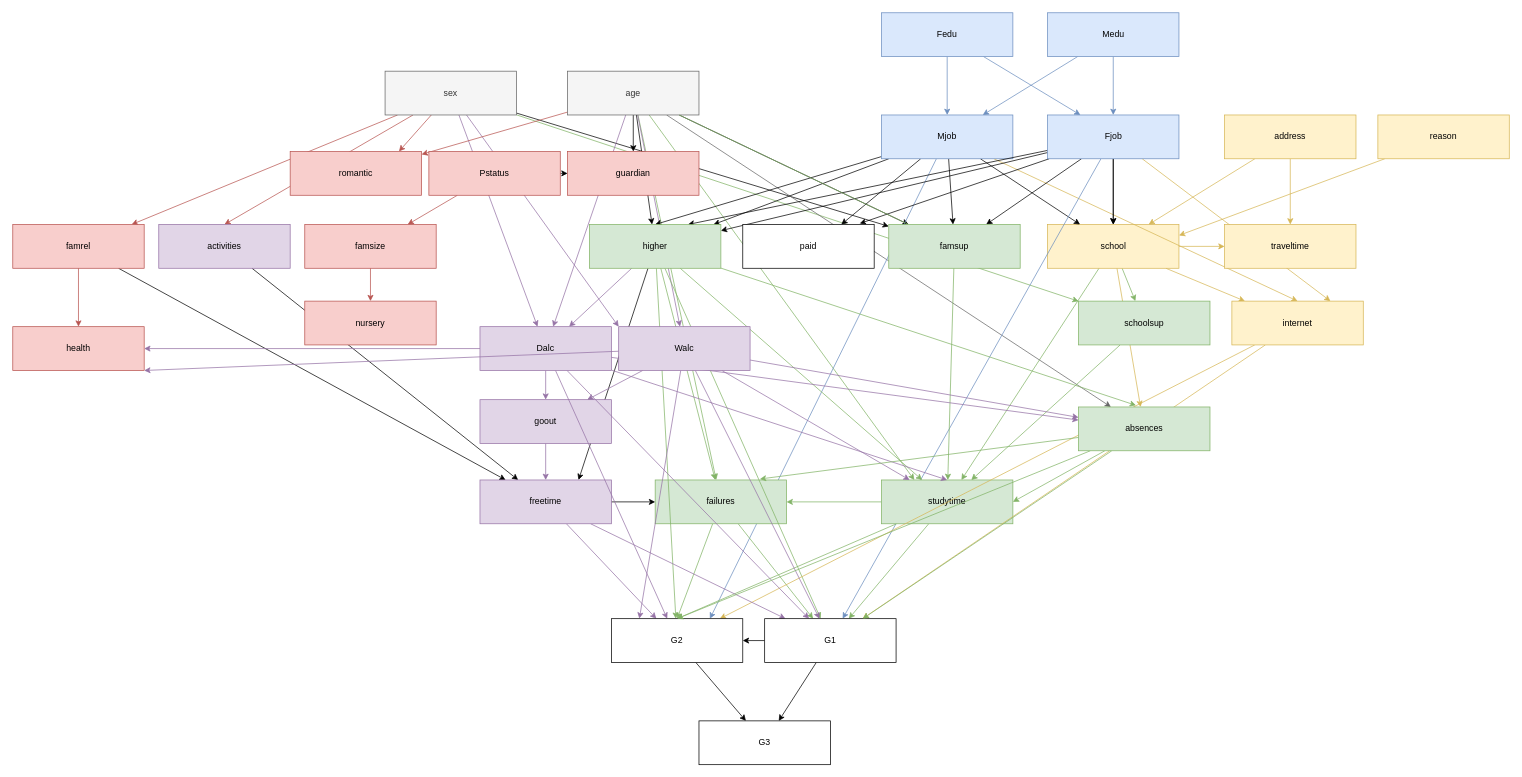
The draw.io diagram page "Page-2" (2 of 3) of doc/graph.drawio in Super-T02/ki-bayesian-networks, before the edit. Source tidied: cells renumbered, new cells numbered last; positions are measured from the earlier drawing's top-left corner, leaving out a move shared by most shapes. Both pictures are drawn from the tidied source at 73%, with x=0, y=0 at pixel (12, 12).
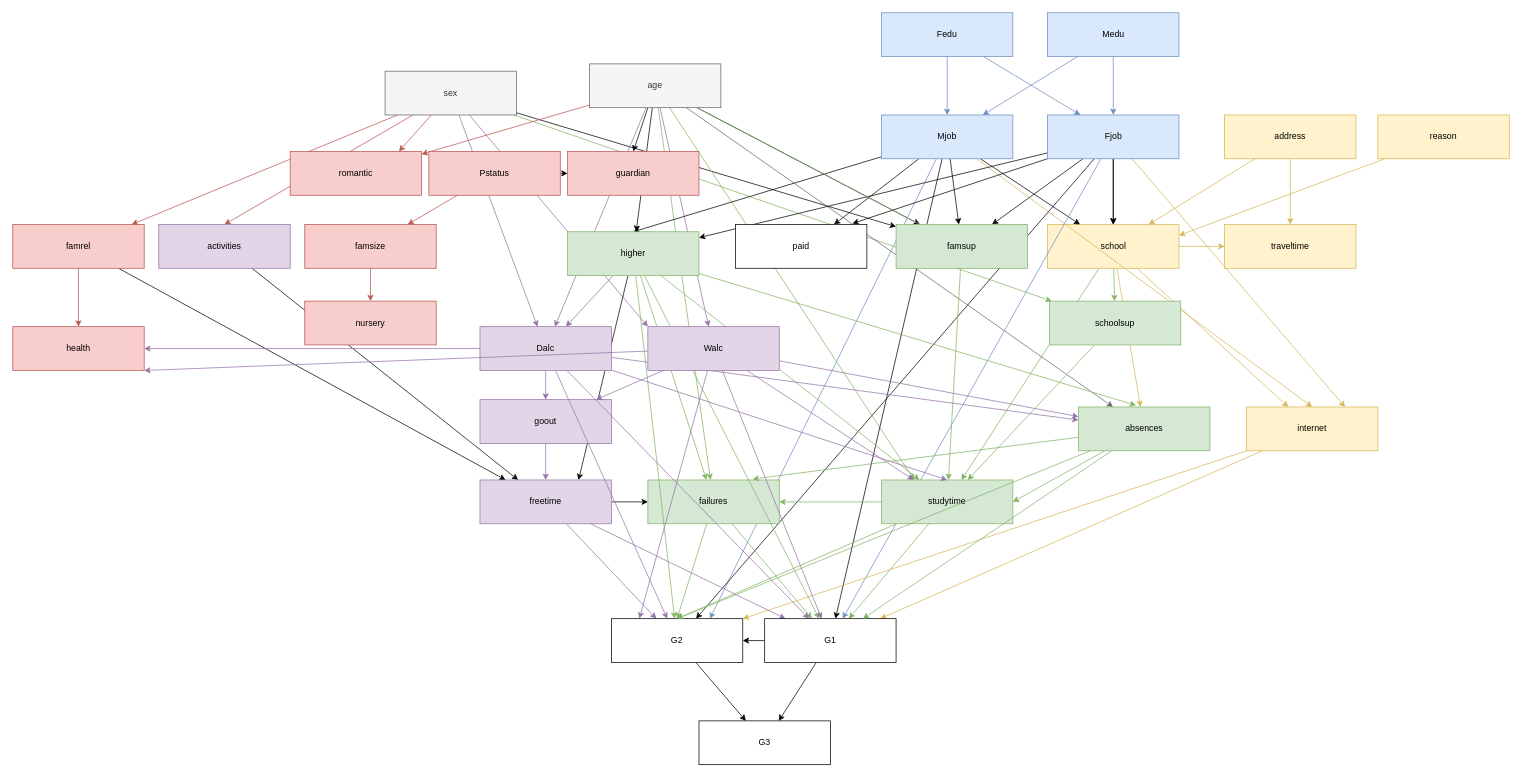
The same diagram, later.

The change refers to these unchanged cells:
```xml
<mxCell id="41" value="Mjob" style="rounded=0;whiteSpace=wrap;html=1;fillColor=#dae8fc;strokeColor=#6c8ebf;" parent="1" vertex="1">
  <mxGeometry x="1190" y="140" width="180" height="60" as="geometry" />
</mxCell>
<mxCell id="50" value="Fjob" style="rounded=0;whiteSpace=wrap;html=1;fillColor=#dae8fc;strokeColor=#6c8ebf;" parent="1" vertex="1">
  <mxGeometry x="1417.5" y="140" width="180" height="60" as="geometry" />
</mxCell>
<mxCell id="113" value="G1" style="rounded=0;whiteSpace=wrap;html=1;" parent="1" vertex="1">
  <mxGeometry x="1030" y="830" width="180" height="60" as="geometry" />
</mxCell>
<mxCell id="115" value="G2" style="rounded=0;whiteSpace=wrap;html=1;" parent="1" vertex="1">
  <mxGeometry x="820" y="830" width="180" height="60" as="geometry" />
</mxCell>
```

The edit, as a diff of the source:
```diff
@@
     <mxCell id="25" value="age" style="rounded=0;whiteSpace=wrap;html=1;fillColor=#f5f5f5;fontColor=#333333;strokeColor=#666666;" parent="1" vertex="1">
-      <mxGeometry x="760" y="80" width="180" height="60" as="geometry" />
+      <mxGeometry x="790" y="70" width="180" height="60" as="geometry" />
     </mxCell>
@@
-    <mxCell id="36" style="edgeStyle=none;rounded=0;jettySize=auto;html=1;" parent="1" edge="1" source="41" target="82">
-      <mxGeometry relative="1" as="geometry" />
-    </mxCell>
@@
+    <mxCell id="124" style="edgeStyle=none;rounded=0;jettySize=auto;html=1;" parent="1" edge="1" source="41" target="113">
+      <mxGeometry relative="1" as="geometry" />
+    </mxCell>
@@
-    <mxCell id="48" style="edgeStyle=none;rounded=0;jettySize=auto;html=1;entryX=0.75;entryY=0;entryDx=0;entryDy=0;" parent="1" edge="1" source="50" target="82">
-      <mxGeometry relative="1" as="geometry" />
-    </mxCell>
@@
+    <mxCell id="125" style="edgeStyle=none;rounded=0;jettySize=auto;html=1;" parent="1" edge="1" source="50" target="115">
+      <mxGeometry relative="1" as="geometry" />
+    </mxCell>
@@
     <mxCell id="67" value="failures" style="rounded=0;whiteSpace=wrap;html=1;fillColor=#d5e8d4;strokeColor=#82b366;" parent="1" vertex="1">
-      <mxGeometry x="880" y="640" width="180" height="60" as="geometry" />
+      <mxGeometry x="870" y="640" width="180" height="60" as="geometry" />
     </mxCell>
@@
     <mxCell id="69" value="schoolsup" style="rounded=0;whiteSpace=wrap;html=1;fillColor=#d5e8d4;strokeColor=#82b366;" parent="1" vertex="1">
-      <mxGeometry x="1460" y="395" width="180" height="60" as="geometry" />
+      <mxGeometry x="1420" y="395" width="180" height="60" as="geometry" />
     </mxCell>
@@
     <mxCell id="71" value="paid" style="rounded=0;whiteSpace=wrap;html=1;" parent="1" vertex="1">
-      <mxGeometry x="1000" y="290" width="180" height="60" as="geometry" />
+      <mxGeometry x="990" y="290" width="180" height="60" as="geometry" />
     </mxCell>
@@
     <mxCell id="82" value="higher" style="rounded=0;whiteSpace=wrap;html=1;fillColor=#d5e8d4;strokeColor=#82b366;" parent="1" vertex="1">
-      <mxGeometry x="790" y="290" width="180" height="60" as="geometry" />
+      <mxGeometry x="760" y="300" width="180" height="60" as="geometry" />
     </mxCell>
@@
     <mxCell id="85" value="internet" style="rounded=0;whiteSpace=wrap;html=1;fillColor=#fff2cc;strokeColor=#d6b656;" parent="1" vertex="1">
-      <mxGeometry x="1670" y="395" width="180" height="60" as="geometry" />
+      <mxGeometry x="1690" y="540" width="180" height="60" as="geometry" />
     </mxCell>
@@
     <mxCell id="109" value="Walc" style="rounded=0;whiteSpace=wrap;html=1;fillColor=#e1d5e7;strokeColor=#9673a6;" parent="1" vertex="1">
-      <mxGeometry x="830" y="430" width="180" height="60" as="geometry" />
+      <mxGeometry x="870" y="430" width="180" height="60" as="geometry" />
     </mxCell>
@@
     <mxCell id="123" value="famsup" style="rounded=0;whiteSpace=wrap;html=1;fillColor=#d5e8d4;strokeColor=#82b366;" parent="1" vertex="1">
-      <mxGeometry x="1200" y="290" width="180" height="60" as="geometry" />
+      <mxGeometry x="1210" y="290" width="180" height="60" as="geometry" />
     </mxCell>
```
